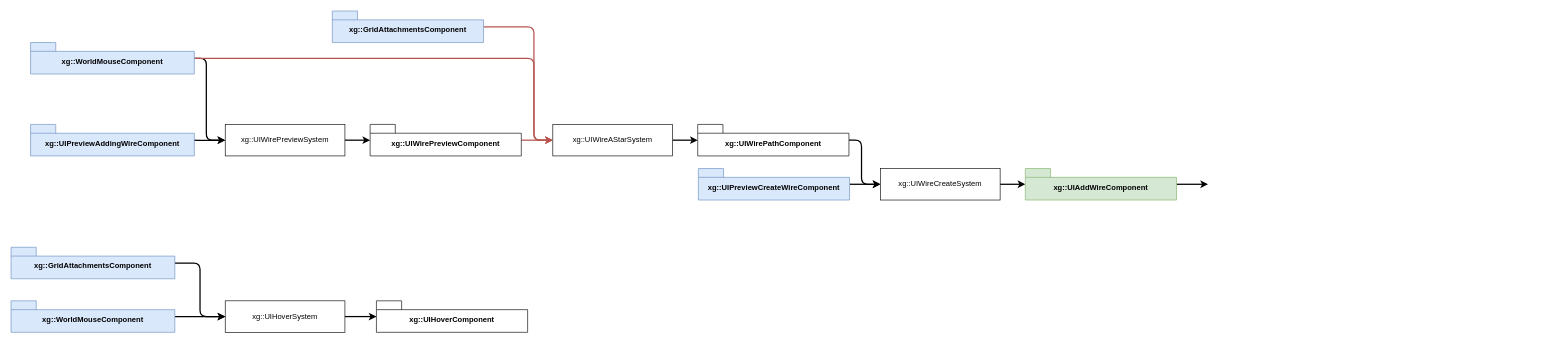
Above: design/preview-wires.drawio in djfooks-kl/breadboard (draw.io), before the change. Source tidied: cells renumbered, new cells numbered last; positions are measured from the earlier drawing's top-left corner, leaving out a move shared by most shapes. Both pictures are drawn from the tidied source at 63%, with x=0, y=0 at pixel (11, 11).
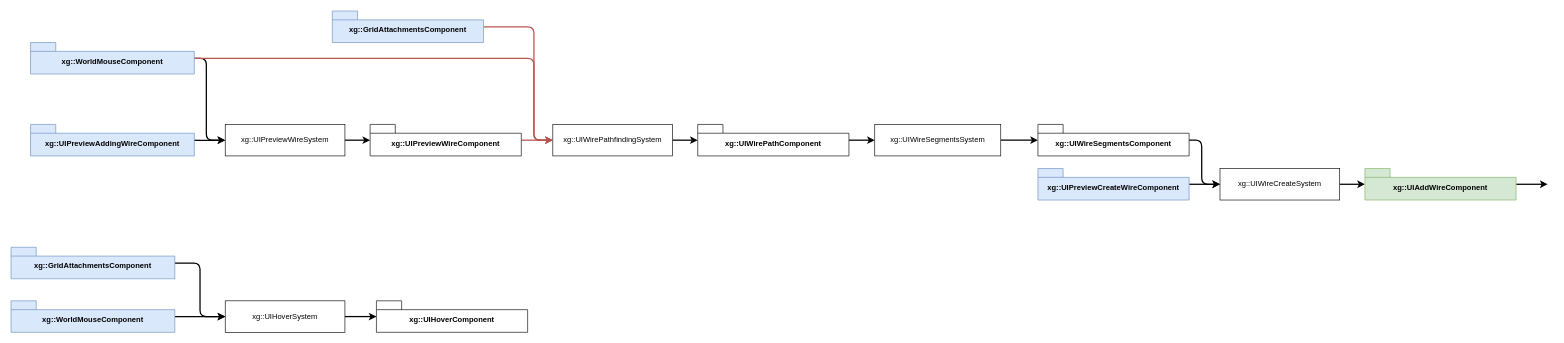
Above is the later version.

Unchanged cells that the change refers to:
```xml
<mxCell id="17" value="xg::UIWirePathComponent" style="shape=folder;fontStyle=1;spacingTop=10;tabWidth=40;tabHeight=14;tabPosition=left;html=1;whiteSpace=wrap;" parent="1" vertex="1">
  <mxGeometry x="1090" y="180" width="240" height="50" as="geometry" />
</mxCell>
```

Diff of the diagram source:
```diff
@@
-    <mxCell id="4" value="xg::UIWirePreviewSystem" style="html=1;whiteSpace=wrap;" parent="1" vertex="1">
+    <mxCell id="4" value="xg::UIPreviewWireSystem" style="html=1;whiteSpace=wrap;" parent="1" vertex="1">
       <mxGeometry x="340" y="180" width="190" height="50" as="geometry" />
     </mxCell>
     <mxCell id="5" style="edgeStyle=orthogonalEdgeStyle;shape=connector;curved=0;rounded=1;jettySize=auto;html=1;strokeColor=default;strokeWidth=2;align=center;verticalAlign=middle;fontFamily=Helvetica;fontSize=11;fontColor=default;labelBackgroundColor=default;endArrow=classic;" parent="1" edge="1" source="6">
       <mxGeometry relative="1" as="geometry">
-        <mxPoint x="1380" y="275" as="targetPoint" />
+        <mxPoint x="1919" y="275" as="targetPoint" />
       </mxGeometry>
     </mxCell>
     <mxCell id="6" value="xg::UIPreviewCreateWireComponent" style="shape=folder;fontStyle=1;spacingTop=10;tabWidth=40;tabHeight=14;tabPosition=left;html=1;whiteSpace=wrap;fillColor=#dae8fc;strokeColor=#6c8ebf;" parent="1" vertex="1">
-      <mxGeometry x="1091" y="250" width="240" height="50" as="geometry" />
+      <mxGeometry x="1630" y="250" width="240" height="50" as="geometry" />
     </mxCell>
@@
-    <mxCell id="8" value="xg::UIWirePreviewComponent" style="shape=folder;fontStyle=1;spacingTop=10;tabWidth=40;tabHeight=14;tabPosition=left;html=1;whiteSpace=wrap;" parent="1" vertex="1">
+    <mxCell id="8" value="xg::UIPreviewWireComponent" style="shape=folder;fontStyle=1;spacingTop=10;tabWidth=40;tabHeight=14;tabPosition=left;html=1;whiteSpace=wrap;" parent="1" vertex="1">
       <mxGeometry x="570" y="180" width="240" height="50" as="geometry" />
     </mxCell>
@@
     <mxCell id="10" value="xg::UIWireCreateSystem" style="html=1;whiteSpace=wrap;" parent="1" vertex="1">
-      <mxGeometry x="1380" y="250" width="190" height="50" as="geometry" />
+      <mxGeometry x="1919" y="250" width="190" height="50" as="geometry" />
     </mxCell>
@@
     <mxCell id="12" style="edgeStyle=orthogonalEdgeStyle;shape=connector;curved=0;rounded=1;jettySize=auto;html=1;strokeColor=default;strokeWidth=2;align=center;verticalAlign=middle;fontFamily=Helvetica;fontSize=11;fontColor=default;labelBackgroundColor=default;endArrow=classic;" parent="1" edge="1" source="13">
       <mxGeometry relative="1" as="geometry">
-        <mxPoint x="1900" y="275" as="targetPoint" />
+        <mxPoint x="2439" y="275" as="targetPoint" />
       </mxGeometry>
     </mxCell>
     <mxCell id="13" value="xg::UIAddWireComponent" style="shape=folder;fontStyle=1;spacingTop=10;tabWidth=40;tabHeight=14;tabPosition=left;html=1;whiteSpace=wrap;fillColor=#d5e8d4;strokeColor=#82b366;" parent="1" vertex="1">
-      <mxGeometry x="1610" y="250" width="240" height="50" as="geometry" />
+      <mxGeometry x="2149" y="250" width="240" height="50" as="geometry" />
     </mxCell>
@@
-    <mxCell id="15" value="xg::UIWireAStarSystem" style="html=1;whiteSpace=wrap;" parent="1" vertex="1">
+    <mxCell id="15" value="xg::UIWirePathfindingSystem" style="html=1;whiteSpace=wrap;" parent="1" vertex="1">
       <mxGeometry x="860" y="180" width="190" height="50" as="geometry" />
     </mxCell>
-    <mxCell id="16" style="edgeStyle=orthogonalEdgeStyle;shape=connector;curved=0;rounded=1;jettySize=auto;html=1;strokeColor=default;strokeWidth=2;align=center;verticalAlign=middle;fontFamily=Helvetica;fontSize=11;fontColor=default;labelBackgroundColor=default;endArrow=classic;" parent="1" edge="1" source="17" target="10">
-      <mxGeometry relative="1" as="geometry">
-        <Array as="points">
-          <mxPoint x="1350" y="205" />
-          <mxPoint x="1350" y="275" />
-        </Array>
-      </mxGeometry>
-    </mxCell>
+    <mxCell id="30" style="edgeStyle=orthogonalEdgeStyle;shape=connector;curved=0;rounded=1;jettySize=auto;html=1;strokeColor=default;strokeWidth=2;align=center;verticalAlign=middle;fontFamily=Helvetica;fontSize=11;fontColor=default;labelBackgroundColor=default;endArrow=classic;" parent="1" edge="1" source="17" target="32">
+      <mxGeometry relative="1" as="geometry" />
+    </mxCell>
@@
+    <mxCell id="31" style="edgeStyle=orthogonalEdgeStyle;shape=connector;curved=0;rounded=1;jettySize=auto;html=1;strokeColor=default;strokeWidth=2;align=center;verticalAlign=middle;fontFamily=Helvetica;fontSize=11;fontColor=default;labelBackgroundColor=default;endArrow=classic;" parent="1" edge="1" source="32" target="34">
+      <mxGeometry relative="1" as="geometry" />
+    </mxCell>
+    <mxCell id="32" value="xg::UIWireSegmentsSystem" style="html=1;whiteSpace=wrap;" parent="1" vertex="1">
+      <mxGeometry x="1371" y="180" width="200" height="50" as="geometry" />
+    </mxCell>
+    <mxCell id="33" style="edgeStyle=orthogonalEdgeStyle;shape=connector;curved=0;rounded=1;jettySize=auto;html=1;strokeColor=default;strokeWidth=2;align=center;verticalAlign=middle;fontFamily=Helvetica;fontSize=11;fontColor=default;labelBackgroundColor=default;endArrow=classic;" parent="1" edge="1" source="34" target="10">
+      <mxGeometry relative="1" as="geometry">
+        <Array as="points">
+          <mxPoint x="1890" y="205" />
+          <mxPoint x="1890" y="275" />
+        </Array>
+      </mxGeometry>
+    </mxCell>
+    <mxCell id="34" value="xg::UIWireSegmentsComponent" style="shape=folder;fontStyle=1;spacingTop=10;tabWidth=40;tabHeight=14;tabPosition=left;html=1;whiteSpace=wrap;" parent="1" vertex="1">
+      <mxGeometry x="1630" y="180" width="240" height="50" as="geometry" />
+    </mxCell>
```
